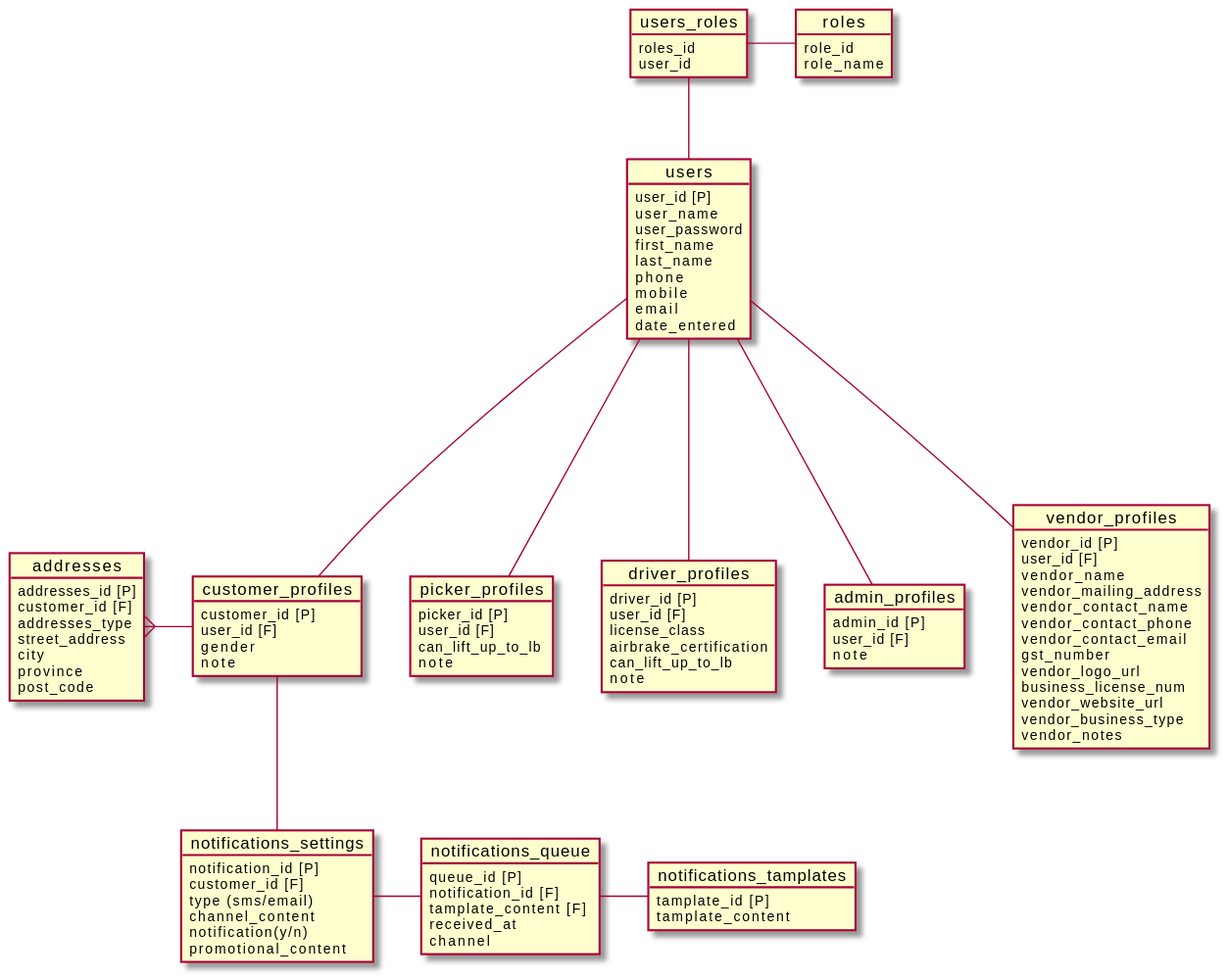
This is CustomerTableDiagram v2.3.svg from gaoqian310/DB_Structure_PlantUML, a PlantUML export, as it was before one commit. Source of this version:
```plantuml
@startuml
object users{
    user_id [P]
    user_name
    user_password
    first_name
    last_name
    phone
    mobile
    email
    date_entered
    }

object customer_profiles{
    customer_id [P]
    user_id [F]
    gender
    note
    }

object addresses{
    addresses_id [P]
    customer_id [F]
    addresses_type
    street_address
    city
    province
    post_code
    }


object notifications_settings{
    notification_id [P]
    customer_id [F]
    type (sms/email)
    channel_content
    notification(y/n)
    promotional_content
    }


object notifications_tamplates{
    tamplate_id [P]
    tamplate_content
    }

object notifications_queue{
    queue_id [P]
    notification_id [F]
    tamplate_content [F]
    received_at
    channel
    }

object picker_profiles{
    picker_id [P]
    user_id [F]
    can_lift_up_to_lb
    note
    }

object driver_profiles{
    driver_id [P]
    user_id [F]
    license_class
    airbrake_certification
    can_lift_up_to_lb
    note
    }

Object admin_profiles{
    admin_id [P]
    user_id [F]
    note
    }

object vendor_profiles{
    vendor_id [P]
    user_id [F]
    vendor_name
    vendor_mailing_address
    vendor_contact_name
    vendor_contact_phone
    vendor_contact_email
    gst_number
    vendor_logo_url
    business_license_num
    vendor_website_url
    vendor_business_type
    vendor_notes
    }

object users_roles {
    roles_id
    user_id
    }

object roles{
    role_id
    role_name
    }


customer_profiles -- notifications_settings
notifications_settings -right- notifications_queue
notifications_queue -right- notifications_tamplates
customer_profiles -left-{ addresses
users --- customer_profiles
users --- picker_profiles
users --- driver_profiles
users --- admin_profiles
users --- vendor_profiles
users_roles -- users
users_roles - roles
@enduml
```
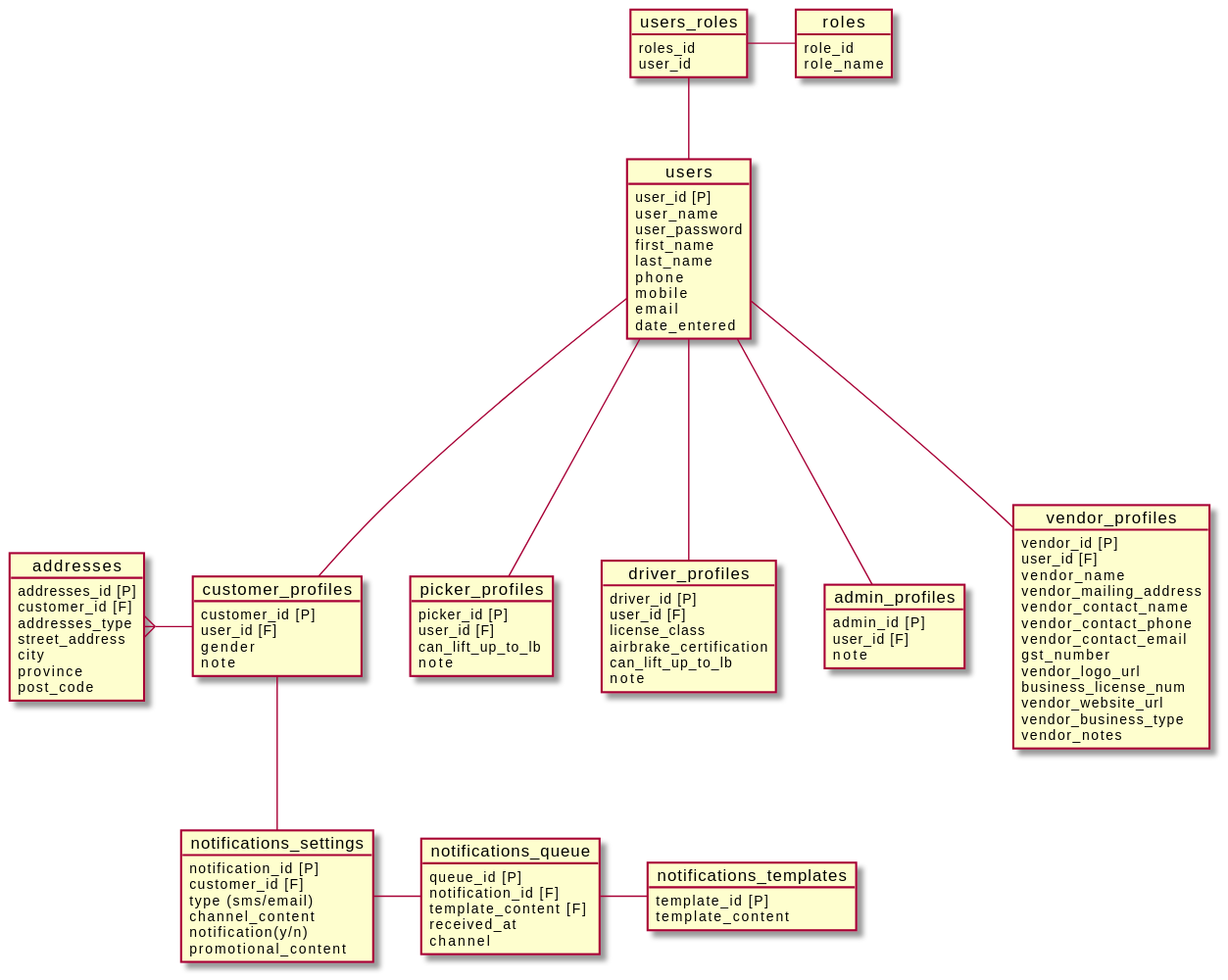
The same diagram one commit later.

Change to the diagram source:
```diff
@@ -39,15 +39,15 @@
     }
 
 
-object notifications_tamplates{
-    tamplate_id [P]
-    tamplate_content
+object notifications_templates{
+    template_id [P]
+    template_content
     }
 
 object notifications_queue{
     queue_id [P]
     notification_id [F]
-    tamplate_content [F]
+    template_content [F]
     received_at
     channel
     }
@@ -103,7 +103,7 @@
 
 customer_profiles -- notifications_settings
 notifications_settings -right- notifications_queue
-notifications_queue -right- notifications_tamplates
+notifications_queue -right- notifications_templates
 customer_profiles -left-{ addresses
 users --- customer_profiles
 users --- picker_profiles
```
